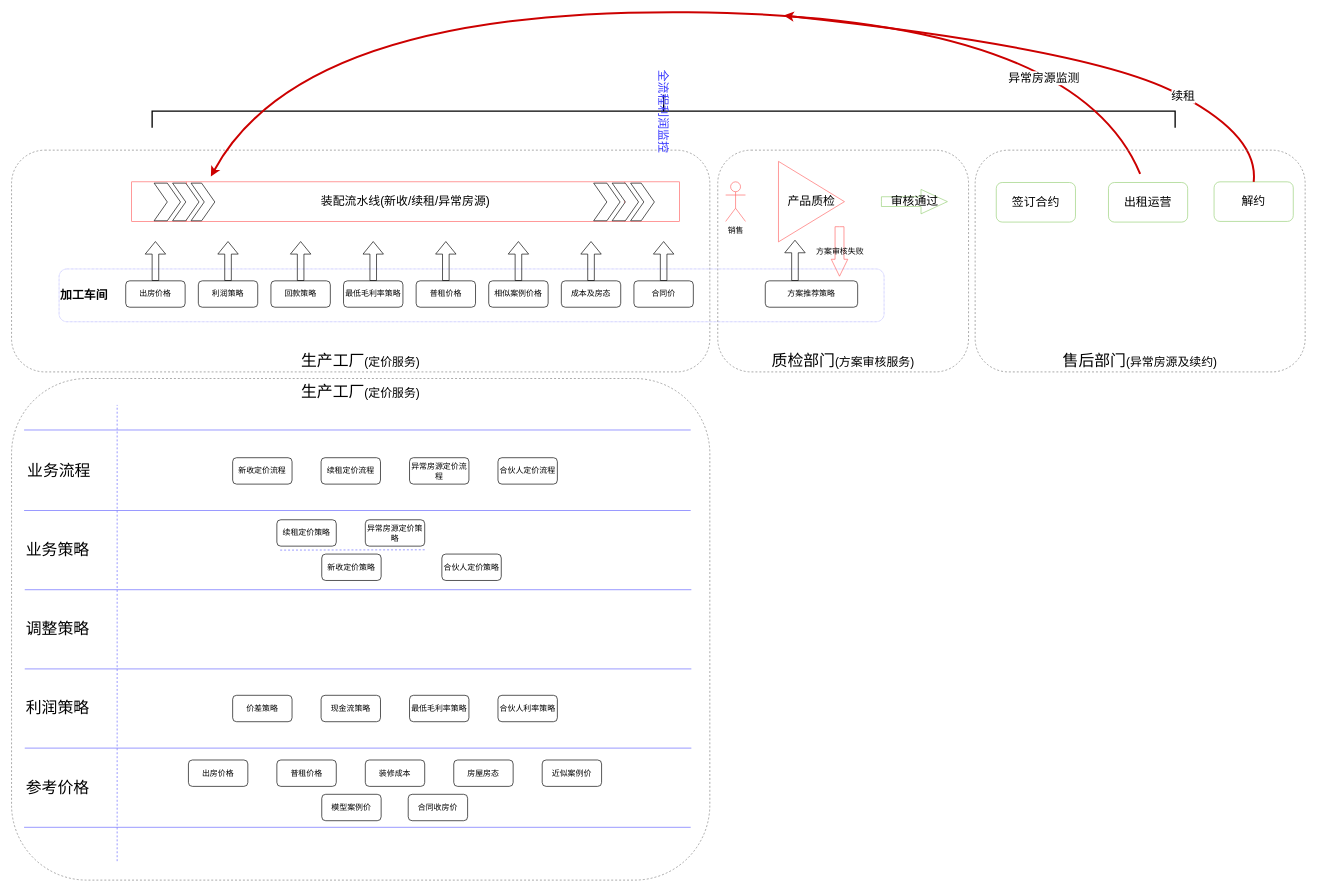
zhuyeqing/tutorials keeps this draw.io diagram as Untitled Diagram.drawio. Above is the earlier version. Source tidied: cells renumbered, new cells numbered last; positions are measured from the earlier drawing's top-left corner, leaving out a move shared by most shapes. Both pictures are drawn from the tidied source at 66%, with x=0, y=0 at pixel (11, -401).
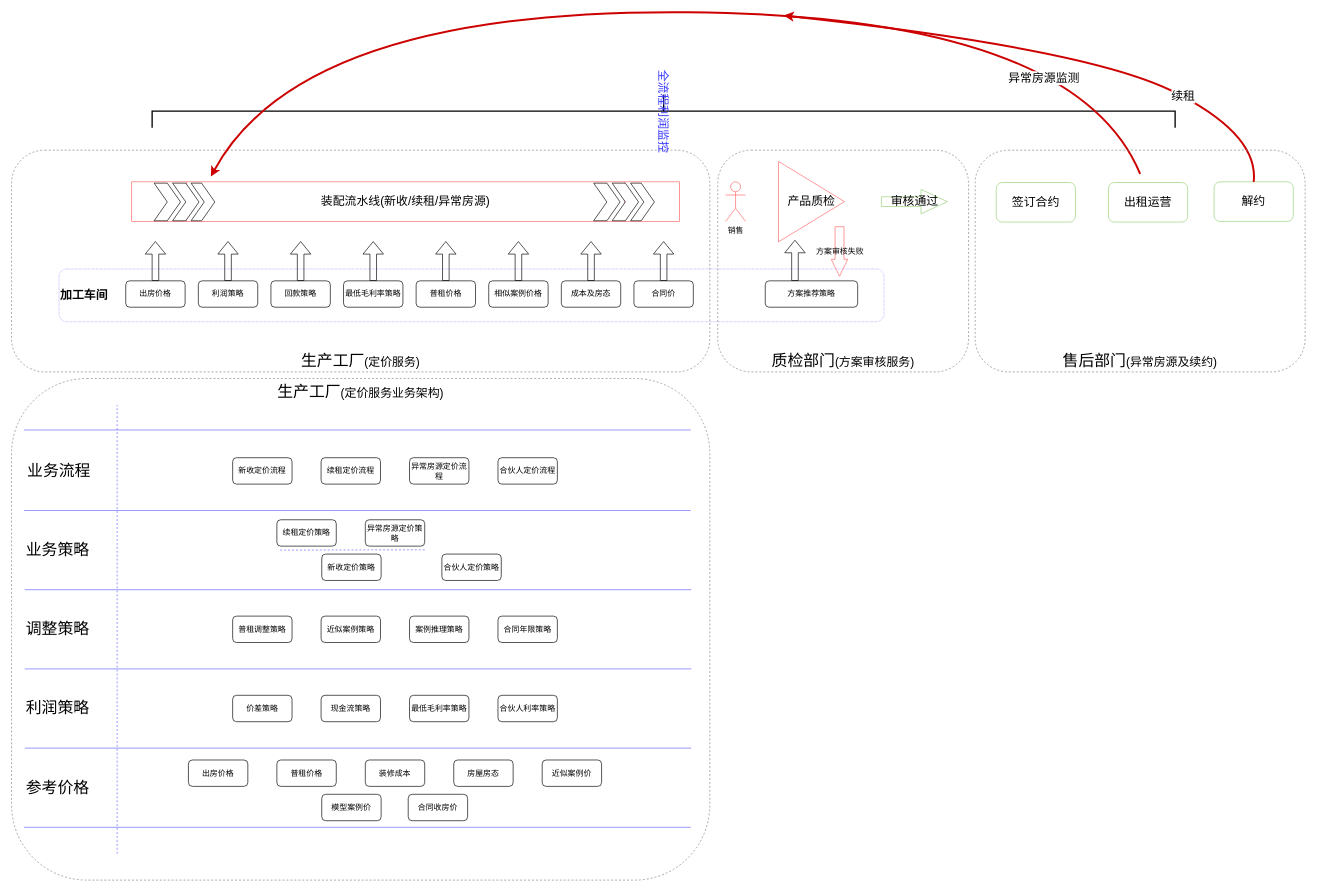
After the change.

The edit, as a diff of the source:
```diff
@@
+    <mxCell id="77" value="&lt;div&gt;&lt;font style=&quot;font-size: 24px&quot;&gt;生产工厂&lt;/font&gt;&lt;span style=&quot;font-size: 18px&quot;&gt;(定价服务业务架构)&lt;/span&gt;&lt;/div&gt;" style="rounded=1;whiteSpace=wrap;html=1;strokeColor=#808080;strokeWidth=1;fillColor=none;dashed=1;align=center;verticalAlign=top;" parent="1" vertex="1">
+      <mxGeometry y="1180" width="1058" height="760" as="geometry" />
+    </mxCell>
@@
     <mxCell id="51" style="endArrow=none;dashed=1;html=1;strokeColor=#6666FF;strokeWidth=1;fontSize=2;" parent="1" edge="1">
       <mxGeometry relative="1" as="geometry">
-        <mxPoint x="160" y="1911.3" as="sourcePoint" />
+        <mxPoint x="160" y="1900" as="sourcePoint" />
         <mxPoint x="160" y="1220" as="targetPoint" />
       </mxGeometry>
     </mxCell>
@@
-    <mxCell id="77" value="&lt;div&gt;&lt;font style=&quot;font-size: 24px&quot;&gt;生产工厂&lt;/font&gt;&lt;span style=&quot;font-size: 18px&quot;&gt;(定价服务)&lt;/span&gt;&lt;/div&gt;" style="rounded=1;whiteSpace=wrap;html=1;strokeColor=#808080;strokeWidth=1;fillColor=none;dashed=1;align=center;verticalAlign=top;" parent="1" vertex="1">
-      <mxGeometry y="1180" width="1058" height="760" as="geometry" />
-    </mxCell>
+    <mxCell id="78" value="普租调整策略" style="rounded=1;whiteSpace=wrap;html=1;" parent="1" vertex="1">
+      <mxGeometry x="335" y="1540" width="90" height="40" as="geometry" />
+    </mxCell>
+    <mxCell id="79" value="近似案例策略" style="rounded=1;whiteSpace=wrap;html=1;" parent="1" vertex="1">
+      <mxGeometry x="469" y="1540" width="90" height="40" as="geometry" />
+    </mxCell>
+    <mxCell id="80" value="案例推理策略" style="rounded=1;whiteSpace=wrap;html=1;" parent="1" vertex="1">
+      <mxGeometry x="603" y="1540" width="90" height="40" as="geometry" />
+    </mxCell>
+    <mxCell id="81" value="合同年限策略" style="rounded=1;whiteSpace=wrap;html=1;" parent="1" vertex="1">
+      <mxGeometry x="737" y="1540" width="90" height="40" as="geometry" />
+    </mxCell>
```
